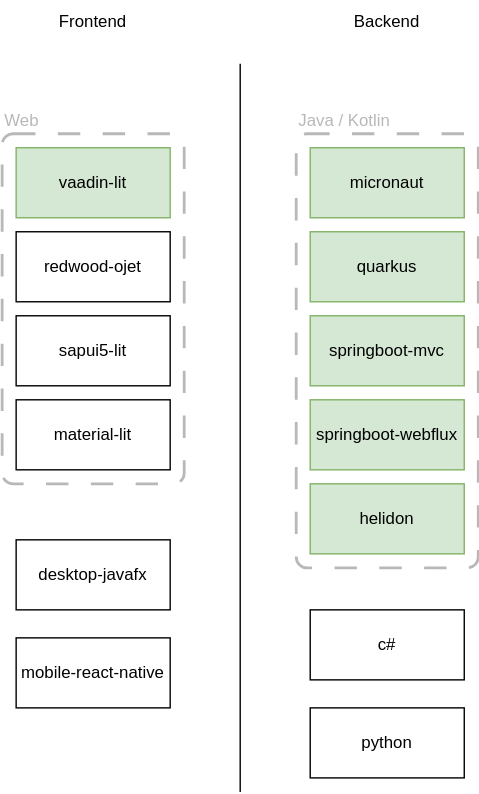
Earlier version of the draw.io export doc/static/images/arch-overall-2.svg (miguelperezcolom/mateu). Source tidied: cells renumbered, new cells last; positions are measured from the earlier drawing's top-left corner, leaving out a move shared by most shapes.
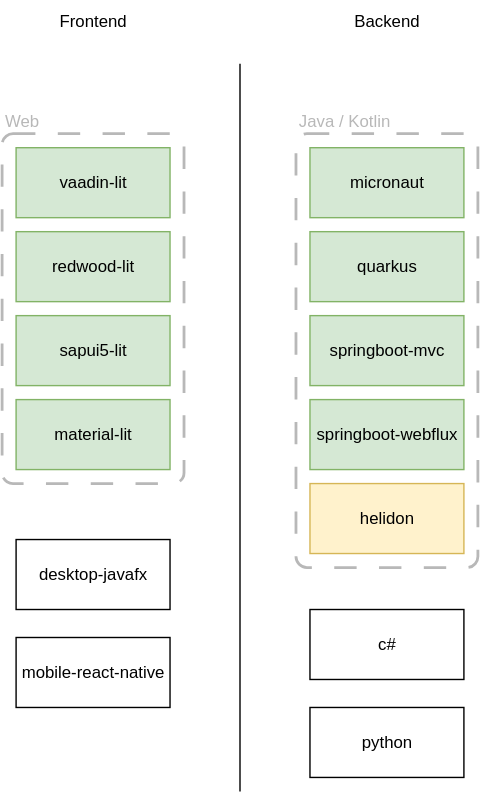
The same diagram one commit later.

Diff of the diagram source:
```diff
@@ -11,13 +11,13 @@
     <mxCell id="4" value="vaadin-lit" style="html=1;whiteSpace=wrap;fillColor=#d5e8d4;strokeColor=#82b366;" parent="1" vertex="1">
       <mxGeometry x="10" y="106" width="110" height="50" as="geometry" />
     </mxCell>
-    <mxCell id="5" value="redwood-ojet" style="html=1;whiteSpace=wrap;" parent="1" vertex="1">
+    <mxCell id="5" value="redwood-lit" style="html=1;whiteSpace=wrap;fillColor=#d5e8d4;strokeColor=#82b366;" parent="1" vertex="1">
       <mxGeometry x="10" y="166" width="110" height="50" as="geometry" />
     </mxCell>
-    <mxCell id="6" value="sapui5-lit" style="html=1;whiteSpace=wrap;" parent="1" vertex="1">
+    <mxCell id="6" value="sapui5-lit" style="html=1;whiteSpace=wrap;fillColor=#d5e8d4;strokeColor=#82b366;" parent="1" vertex="1">
       <mxGeometry x="10" y="226" width="110" height="50" as="geometry" />
     </mxCell>
-    <mxCell id="7" value="material-lit" style="html=1;whiteSpace=wrap;" parent="1" vertex="1">
+    <mxCell id="7" value="material-lit" style="html=1;whiteSpace=wrap;fillColor=#d5e8d4;strokeColor=#82b366;" parent="1" vertex="1">
       <mxGeometry x="10" y="286" width="110" height="50" as="geometry" />
     </mxCell>
     <mxCell id="8" value="desktop-javafx" style="html=1;whiteSpace=wrap;" parent="1" vertex="1">
@@ -38,7 +38,7 @@
     <mxCell id="13" value="springboot-webflux" style="html=1;whiteSpace=wrap;fillColor=#d5e8d4;strokeColor=#82b366;" parent="1" vertex="1">
       <mxGeometry x="220" y="286" width="110" height="50" as="geometry" />
     </mxCell>
-    <mxCell id="14" value="helidon" style="html=1;whiteSpace=wrap;fillColor=#d5e8d4;strokeColor=#82b366;" parent="1" vertex="1">
+    <mxCell id="14" value="helidon" style="html=1;whiteSpace=wrap;fillColor=#fff2cc;strokeColor=#d6b656;" parent="1" vertex="1">
       <mxGeometry x="220" y="346" width="110" height="50" as="geometry" />
     </mxCell>
     <mxCell id="15" value="c#" style="html=1;whiteSpace=wrap;" parent="1" vertex="1">
```
